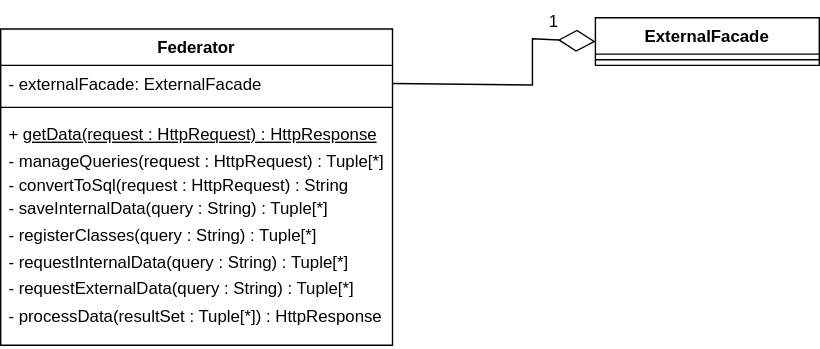
Before: Storage/TeamOneFiles/federator_class_diagram.drawio.svg, a diagram exported from draw.io (MckennahPalmer/CSE430). Source tidied: cells renumbered, new cells last; positions are measured from the earlier drawing's top-left corner, leaving out a move shared by most shapes.
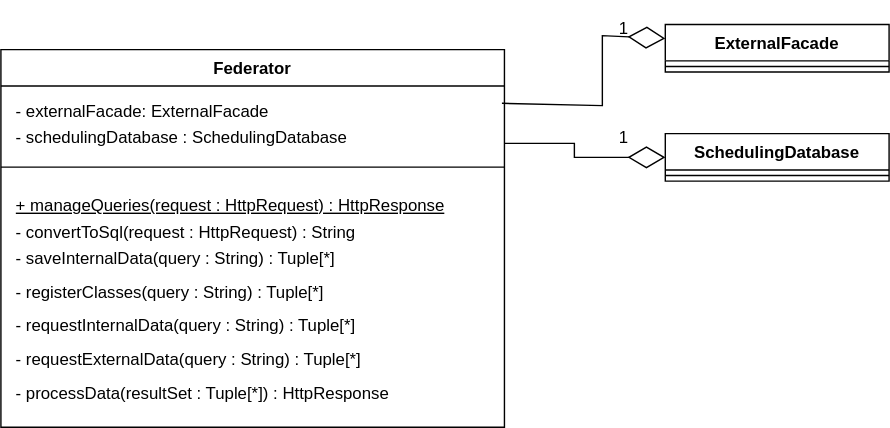
The same diagram one commit later.

Commit message:
Removed fluff from federator class diagram

What changed in the source:
```diff
@@ -3,16 +3,16 @@
     <mxCell id="0" />
     <mxCell id="1" parent="0" />
     <mxCell id="2" value="Federator" style="swimlane;fontStyle=1;align=center;verticalAlign=top;horizontal=1;startSize=26;whiteSpace=wrap;html=1;" parent="1" vertex="1">
-      <mxGeometry y="20" width="280" height="226" as="geometry" />
+      <mxGeometry x="-50" y="30" width="360" height="270" as="geometry" />
     </mxCell>
-    <mxCell id="3" value="- externalFacade: ExternalFacade" style="text;strokeColor=none;fillColor=none;align=left;verticalAlign=top;spacingLeft=4;spacingRight=4;overflow=hidden;points=[[0,0.5],[1,0.5]];portConstraint=eastwest;whiteSpace=wrap;html=1;" parent="2" vertex="1">
-      <mxGeometry y="26" width="280" height="26" as="geometry" />
+    <mxCell id="3" value="- externalFacade: ExternalFacade&lt;div style=&quot;line-height: 190%;&quot;&gt;- schedulingDatabase : SchedulingDatabase&lt;/div&gt;" style="text;strokeColor=none;fillColor=none;align=left;verticalAlign=top;spacingLeft=4;spacingRight=4;overflow=hidden;points=[[0,0.5],[1,0.5]];portConstraint=eastwest;whiteSpace=wrap;html=1;spacing=7;" parent="2" vertex="1">
+      <mxGeometry y="26" width="360" height="54" as="geometry" />
     </mxCell>
     <mxCell id="4" style="line;strokeWidth=1;fillColor=none;align=left;verticalAlign=middle;spacingTop=-1;spacingLeft=3;spacingRight=3;labelPosition=right;strokeColor=inherit;" parent="2" vertex="1">
-      <mxGeometry y="52" width="280" height="8" as="geometry" />
+      <mxGeometry y="80" width="360" height="8" as="geometry" />
     </mxCell>
-    <mxCell id="5" value="&lt;div style=&quot;line-height: 160%;&quot;&gt;+ &lt;u&gt;getData(request : HttpRequest) : HttpResponse&lt;/u&gt;&lt;/div&gt;&lt;div style=&quot;line-height: 160%;&quot;&gt;- manageQueries(request : HttpRequest) : Tuple[*]&lt;/div&gt;- convertToSql(request : HttpRequest) : String&lt;div style=&quot;line-height: 160%;&quot;&gt;- saveInternalData(query : String) : Tuple[*]&lt;br&gt;&lt;div style=&quot;line-height: 160%;&quot;&gt;- registerClasses(query : String) : Tuple[*]&lt;/div&gt;&lt;div style=&quot;line-height: 160%;&quot;&gt;- requestInternalData(query : String) : Tuple[*]&lt;/div&gt;&lt;div style=&quot;line-height: 160%;&quot;&gt;- requestExternalData(query : String) : Tuple[*]&lt;/div&gt;&lt;div style=&quot;line-height: 160%;&quot;&gt;- processData(resultSet : Tuple[*]) : HttpResponse&lt;/div&gt;&lt;/div&gt;" style="text;strokeColor=none;fillColor=none;align=left;verticalAlign=top;spacingLeft=4;spacingRight=4;overflow=hidden;whiteSpace=wrap;html=1;" parent="2" vertex="1">
-      <mxGeometry y="60" width="280" height="166" as="geometry" />
+    <mxCell id="5" value="&lt;div style=&quot;line-height: 200%;&quot;&gt;&lt;u&gt;&lt;span style=&quot;background-color: initial;&quot;&gt;+ manageQueries(request : HttpRequest) : HttpResponse&lt;/span&gt;&lt;br&gt;&lt;/u&gt;&lt;/div&gt;- convertToSql(request : HttpRequest) : String&lt;div style=&quot;line-height: 200%;&quot;&gt;- saveInternalData(query : String) : Tuple[*]&lt;br&gt;&lt;div style=&quot;line-height: 200%;&quot;&gt;- registerClasses(query : String) : Tuple[*]&lt;/div&gt;&lt;div style=&quot;line-height: 200%;&quot;&gt;- requestInternalData(query : String) : Tuple[*]&lt;/div&gt;&lt;div style=&quot;line-height: 200%;&quot;&gt;- requestExternalData(query : String) : Tuple[*]&lt;/div&gt;&lt;div style=&quot;line-height: 200%;&quot;&gt;- processData(resultSet : Tuple[*]) : HttpResponse&lt;/div&gt;&lt;/div&gt;" style="text;strokeColor=none;fillColor=none;align=left;verticalAlign=top;spacingLeft=4;spacingRight=4;overflow=hidden;whiteSpace=wrap;html=1;spacingTop=0;spacingBottom=0;spacing=7;" parent="2" vertex="1">
+      <mxGeometry y="88" width="360" height="182" as="geometry" />
     </mxCell>
     <mxCell id="6" value="ExternalFacade" style="swimlane;fontStyle=1;align=center;verticalAlign=top;horizontal=1;startSize=26;whiteSpace=wrap;html=1;" parent="1" vertex="1">
       <mxGeometry x="425" y="12" width="160" height="34" as="geometry" />
@@ -20,16 +20,35 @@
     <mxCell id="7" style="line;strokeWidth=1;fillColor=none;align=left;verticalAlign=middle;spacingTop=-1;spacingLeft=3;spacingRight=3;labelPosition=right;strokeColor=inherit;" parent="6" vertex="1">
       <mxGeometry y="26" width="160" height="8" as="geometry" />
     </mxCell>
-    <mxCell id="8" style="endArrow=diamondThin;endFill=0;endSize=24;html=1;rounded=0;exitX=1;exitY=0.5;exitDx=0;exitDy=0;entryX=0;entryY=0.5;entryDx=0;entryDy=0;" parent="1" edge="1" source="3" target="6">
+    <mxCell id="8" style="endArrow=diamondThin;endFill=0;endSize=24;html=1;rounded=0;exitX=0.995;exitY=0.229;exitDx=0;exitDy=0;entryX=0;entryY=0.5;entryDx=0;entryDy=0;exitPerimeter=0;" parent="1" edge="1" source="3">
       <mxGeometry relative="1" as="geometry">
+        <mxPoint x="425" y="22" as="targetPoint" />
         <Array as="points">
-          <mxPoint x="380" y="60" />
-          <mxPoint x="380" y="27" />
+          <mxPoint x="380" y="70" />
+          <mxPoint x="380" y="20" />
         </Array>
       </mxGeometry>
     </mxCell>
     <mxCell id="9" value="1" style="text;html=1;align=center;verticalAlign=middle;strokeColor=none;fillColor=none;" parent="1" vertex="1">
       <mxGeometry x="380" width="30" height="30" as="geometry" />
     </mxCell>
+    <mxCell id="10" value="SchedulingDatabase" style="swimlane;fontStyle=1;align=center;verticalAlign=top;horizontal=1;startSize=26;whiteSpace=wrap;html=1;" parent="1" vertex="1">
+      <mxGeometry x="425" y="90" width="160" height="34" as="geometry" />
+    </mxCell>
+    <mxCell id="11" style="line;strokeWidth=1;fillColor=none;align=left;verticalAlign=middle;spacingTop=-1;spacingLeft=3;spacingRight=3;labelPosition=right;strokeColor=inherit;" parent="10" vertex="1">
+      <mxGeometry y="26" width="160" height="8" as="geometry" />
+    </mxCell>
+    <mxCell id="12" style="endArrow=diamondThin;endFill=0;endSize=24;html=1;rounded=0;entryX=0;entryY=0.5;entryDx=0;entryDy=0;" parent="1" edge="1" target="10">
+      <mxGeometry relative="1" as="geometry">
+        <mxPoint x="310" y="97" as="sourcePoint" />
+        <Array as="points">
+          <mxPoint x="360" y="97" />
+          <mxPoint x="360" y="107" />
+        </Array>
+      </mxGeometry>
+    </mxCell>
+    <mxCell id="13" value="1" style="text;html=1;align=center;verticalAlign=middle;strokeColor=none;fillColor=none;" parent="1" vertex="1">
+      <mxGeometry x="380" y="78" width="30" height="30" as="geometry" />
+    </mxCell>
   </root>
 </mxGraphModel>
```
